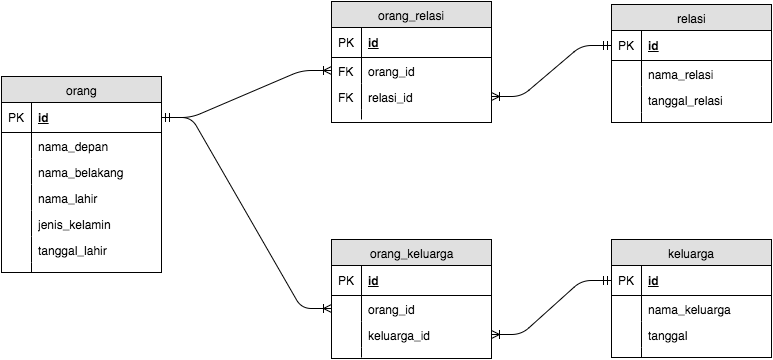
Above: family_schema.png in blanford-fox-2016/schema-family-tree (draw.io), before the change. Source tidied: cells renumbered, new cells last; positions are measured from the earlier drawing's top-left corner, leaving out a move shared by most shapes.
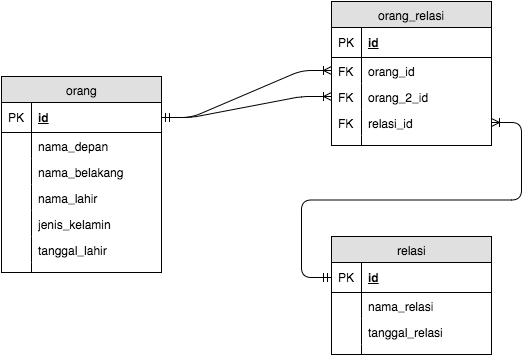
After the commit.

Commit message:
update family schema

Diff of the diagram source:
```diff
@@ -48,7 +48,7 @@
       <mxGeometry width="30" height="10" as="geometry" />
     </mxCell>
     <mxCell id="17" value="orang_relasi" style="swimlane;html=1;fontStyle=0;horizontal=1;startSize=26;fillColor=#e0e0e0;swimlaneFillColor=#ffffff;align=center;" parent="1" vertex="1">
-      <mxGeometry x="330" width="160" height="121" as="geometry" />
+      <mxGeometry x="330" width="160" height="144" as="geometry" />
     </mxCell>
     <mxCell id="18" value="id" style="shape=partialRectangle;top=0;left=0;right=0;bottom=1;html=1;align=left;verticalAlign=middle;fillColor=none;spacingLeft=34;spacingRight=4;whiteSpace=wrap;overflow=hidden;fontStyle=5;" parent="17" vertex="1">
       <mxGeometry y="26" width="160" height="30" as="geometry" />
@@ -62,56 +62,32 @@
     <mxCell id="21" value="FK" style="shape=partialRectangle;top=0;left=0;bottom=0;html=1;fillColor=none;align=left;verticalAlign=top;spacingLeft=4;spacingRight=4;whiteSpace=wrap;overflow=hidden;" parent="20" vertex="1">
       <mxGeometry width="30" height="26" as="geometry" />
     </mxCell>
+    <mxCell id="57" value="orang_2_id" style="shape=partialRectangle;top=0;left=0;right=0;bottom=0;html=1;align=left;verticalAlign=top;fillColor=none;spacingLeft=34;spacingRight=4;whiteSpace=wrap;overflow=hidden;points=[[0,0.5],[1,0.5]];portConstraint=eastwest;" parent="17" vertex="1">
+      <mxGeometry y="82" width="160" height="26" as="geometry" />
+    </mxCell>
+    <mxCell id="58" value="FK" style="shape=partialRectangle;top=0;left=0;bottom=0;html=1;fillColor=none;align=left;verticalAlign=top;spacingLeft=4;spacingRight=4;whiteSpace=wrap;overflow=hidden;" parent="57" vertex="1">
+      <mxGeometry width="30" height="26" as="geometry" />
+    </mxCell>
     <mxCell id="22" value="relasi_id" style="shape=partialRectangle;top=0;left=0;right=0;bottom=0;html=1;align=left;verticalAlign=top;fillColor=none;spacingLeft=34;spacingRight=4;whiteSpace=wrap;overflow=hidden;points=[[0,0.5],[1,0.5]];portConstraint=eastwest;" parent="17" vertex="1">
-      <mxGeometry y="82" width="160" height="26" as="geometry" />
+      <mxGeometry y="108" width="160" height="26" as="geometry" />
     </mxCell>
     <mxCell id="23" value="FK" style="shape=partialRectangle;top=0;left=0;bottom=0;html=1;fillColor=none;align=left;verticalAlign=top;spacingLeft=4;spacingRight=4;whiteSpace=wrap;overflow=hidden;" parent="22" vertex="1">
       <mxGeometry width="30" height="26" as="geometry" />
     </mxCell>
     <mxCell id="24" style="shape=partialRectangle;top=0;left=0;right=0;bottom=0;html=1;align=left;verticalAlign=top;fillColor=none;spacingLeft=34;spacingRight=4;whiteSpace=wrap;overflow=hidden;" parent="17" vertex="1">
-      <mxGeometry y="108" width="160" height="10" as="geometry" />
+      <mxGeometry y="134" width="160" height="10" as="geometry" />
     </mxCell>
     <mxCell id="25" style="shape=partialRectangle;top=0;left=0;bottom=0;html=1;fillColor=none;align=left;verticalAlign=top;spacingLeft=4;spacingRight=4;whiteSpace=wrap;overflow=hidden;" parent="24" vertex="1">
       <mxGeometry width="30" height="10" as="geometry" />
     </mxCell>
-    <mxCell id="26" value="orang_keluarga" style="swimlane;html=1;fontStyle=0;horizontal=1;startSize=26;fillColor=#e0e0e0;swimlaneFillColor=#ffffff;align=center;" parent="1" vertex="1">
-      <mxGeometry x="330" y="238" width="160" height="119" as="geometry" />
-    </mxCell>
-    <mxCell id="27" value="id" style="shape=partialRectangle;top=0;left=0;right=0;bottom=1;html=1;align=left;verticalAlign=middle;fillColor=none;spacingLeft=34;spacingRight=4;whiteSpace=wrap;overflow=hidden;fontStyle=5;" parent="26" vertex="1">
-      <mxGeometry y="26" width="160" height="30" as="geometry" />
-    </mxCell>
-    <mxCell id="28" value="PK" style="shape=partialRectangle;top=0;left=0;bottom=0;html=1;fillColor=none;align=left;verticalAlign=middle;spacingLeft=4;spacingRight=4;whiteSpace=wrap;overflow=hidden;" parent="27" vertex="1">
-      <mxGeometry width="30" height="30" as="geometry" />
-    </mxCell>
-    <mxCell id="29" value="orang_id" style="shape=partialRectangle;top=0;left=0;right=0;bottom=0;html=1;align=left;verticalAlign=top;fillColor=none;spacingLeft=34;spacingRight=4;whiteSpace=wrap;overflow=hidden;points=[[0,0.5],[1,0.5]];portConstraint=eastwest;" parent="26" vertex="1">
-      <mxGeometry y="56" width="160" height="26" as="geometry" />
-    </mxCell>
-    <mxCell id="30" style="shape=partialRectangle;top=0;left=0;bottom=0;html=1;fillColor=none;align=left;verticalAlign=top;spacingLeft=4;spacingRight=4;whiteSpace=wrap;overflow=hidden;" parent="29" vertex="1">
-      <mxGeometry width="30" height="26" as="geometry" />
-    </mxCell>
-    <mxCell id="31" value="keluarga_id" style="shape=partialRectangle;top=0;left=0;right=0;bottom=0;html=1;align=left;verticalAlign=top;fillColor=none;spacingLeft=34;spacingRight=4;whiteSpace=wrap;overflow=hidden;points=[[0,0.5],[1,0.5]];portConstraint=eastwest;" parent="26" vertex="1">
-      <mxGeometry y="82" width="160" height="26" as="geometry" />
-    </mxCell>
-    <mxCell id="32" style="shape=partialRectangle;top=0;left=0;bottom=0;html=1;fillColor=none;align=left;verticalAlign=top;spacingLeft=4;spacingRight=4;whiteSpace=wrap;overflow=hidden;" parent="31" vertex="1">
-      <mxGeometry width="30" height="26" as="geometry" />
-    </mxCell>
-    <mxCell id="33" style="shape=partialRectangle;top=0;left=0;right=0;bottom=0;html=1;align=left;verticalAlign=top;fillColor=none;spacingLeft=34;spacingRight=4;whiteSpace=wrap;overflow=hidden;" parent="26" vertex="1">
-      <mxGeometry y="108" width="160" height="10" as="geometry" />
-    </mxCell>
-    <mxCell id="34" style="shape=partialRectangle;top=0;left=0;bottom=0;html=1;fillColor=none;align=left;verticalAlign=top;spacingLeft=4;spacingRight=4;whiteSpace=wrap;overflow=hidden;" parent="33" vertex="1">
-      <mxGeometry width="30" height="10" as="geometry" />
-    </mxCell>
     <mxCell id="35" style="edgeStyle=entityRelationEdgeStyle;html=1;endArrow=ERoneToMany;startArrow=ERmandOne;exitX=1;exitY=0.5;entryX=0;entryY=0.5;" parent="1" edge="1" source="3" target="20">
       <mxGeometry relative="1" as="geometry" />
     </mxCell>
-    <mxCell id="36" style="edgeStyle=entityRelationEdgeStyle;html=1;endArrow=ERoneToMany;startArrow=ERmandOne;exitX=1;exitY=0.5;entryX=0;entryY=0.5;" parent="1" edge="1" source="3" target="29">
-      <mxGeometry relative="1" as="geometry" />
-    </mxCell>
     <mxCell id="37" style="edgeStyle=entityRelationEdgeStyle;html=1;endArrow=ERmandOne;startArrow=ERoneToMany;exitX=1;exitY=0.5;entryX=0;entryY=0.5;startFill=0;endFill=0;" parent="1" edge="1" source="22" target="39">
       <mxGeometry relative="1" as="geometry" />
     </mxCell>
     <mxCell id="38" value="relasi" style="swimlane;html=1;fontStyle=0;horizontal=1;startSize=26;fillColor=#e0e0e0;swimlaneFillColor=#ffffff;align=center;" parent="1" vertex="1">
-      <mxGeometry x="610" y="3" width="160" height="118" as="geometry" />
+      <mxGeometry x="330" y="235" width="160" height="118" as="geometry" />
     </mxCell>
     <mxCell id="39" value="id" style="shape=partialRectangle;top=0;left=0;right=0;bottom=1;html=1;align=left;verticalAlign=middle;fillColor=none;spacingLeft=34;spacingRight=4;whiteSpace=wrap;overflow=hidden;points=[[0,0.5],[1,0.5]];portConstraint=eastwest;fontStyle=5;" parent="38" vertex="1">
       <mxGeometry y="26" width="160" height="30" as="geometry" />
@@ -137,35 +113,8 @@
     <mxCell id="46" style="shape=partialRectangle;top=0;left=0;bottom=0;html=1;fillColor=none;align=left;verticalAlign=top;spacingLeft=4;spacingRight=4;whiteSpace=wrap;overflow=hidden;" parent="45" vertex="1">
       <mxGeometry width="30" height="10" as="geometry" />
     </mxCell>
-    <mxCell id="47" value="keluarga" style="swimlane;html=1;fontStyle=0;horizontal=1;startSize=26;fillColor=#e0e0e0;swimlaneFillColor=#ffffff;align=center;" parent="1" vertex="1">
-      <mxGeometry x="610" y="238" width="160" height="118" as="geometry" />
-    </mxCell>
-    <mxCell id="48" value="id" style="shape=partialRectangle;top=0;left=0;right=0;bottom=1;html=1;align=left;verticalAlign=middle;fillColor=none;spacingLeft=34;spacingRight=4;whiteSpace=wrap;overflow=hidden;points=[[0,0.5],[1,0.5]];portConstraint=eastwest;fontStyle=5;" parent="47" vertex="1">
-      <mxGeometry y="26" width="160" height="30" as="geometry" />
-    </mxCell>
-    <mxCell id="49" value="PK" style="shape=partialRectangle;top=0;left=0;bottom=0;html=1;fillColor=none;align=left;verticalAlign=middle;spacingLeft=4;spacingRight=4;whiteSpace=wrap;overflow=hidden;" parent="48" vertex="1">
-      <mxGeometry width="30" height="30" as="geometry" />
-    </mxCell>
-    <mxCell id="50" value="nama_keluarga" style="shape=partialRectangle;top=0;left=0;right=0;bottom=0;html=1;align=left;verticalAlign=top;fillColor=none;spacingLeft=34;spacingRight=4;whiteSpace=wrap;overflow=hidden;" parent="47" vertex="1">
-      <mxGeometry y="56" width="160" height="26" as="geometry" />
-    </mxCell>
-    <mxCell id="51" style="shape=partialRectangle;top=0;left=0;bottom=0;html=1;fillColor=none;align=left;verticalAlign=top;spacingLeft=4;spacingRight=4;whiteSpace=wrap;overflow=hidden;" parent="50" vertex="1">
-      <mxGeometry width="30" height="26" as="geometry" />
-    </mxCell>
-    <mxCell id="52" value="tanggal" style="shape=partialRectangle;top=0;left=0;right=0;bottom=0;html=1;align=left;verticalAlign=top;fillColor=none;spacingLeft=34;spacingRight=4;whiteSpace=wrap;overflow=hidden;" parent="47" vertex="1">
-      <mxGeometry y="82" width="160" height="26" as="geometry" />
-    </mxCell>
-    <mxCell id="53" style="shape=partialRectangle;top=0;left=0;bottom=0;html=1;fillColor=none;align=left;verticalAlign=top;spacingLeft=4;spacingRight=4;whiteSpace=wrap;overflow=hidden;" parent="52" vertex="1">
-      <mxGeometry width="30" height="26" as="geometry" />
-    </mxCell>
-    <mxCell id="54" style="shape=partialRectangle;top=0;left=0;right=0;bottom=0;html=1;align=left;verticalAlign=top;fillColor=none;spacingLeft=34;spacingRight=4;whiteSpace=wrap;overflow=hidden;" parent="47" vertex="1">
-      <mxGeometry y="108" width="160" height="10" as="geometry" />
-    </mxCell>
-    <mxCell id="55" style="shape=partialRectangle;top=0;left=0;bottom=0;html=1;fillColor=none;align=left;verticalAlign=top;spacingLeft=4;spacingRight=4;whiteSpace=wrap;overflow=hidden;" parent="54" vertex="1">
-      <mxGeometry width="30" height="10" as="geometry" />
-    </mxCell>
-    <mxCell id="56" style="edgeStyle=entityRelationEdgeStyle;html=1;endArrow=ERmandOne;startArrow=ERoneToMany;exitX=1;exitY=0.5;entryX=0;entryY=0.5;startFill=0;endFill=0;" parent="1" edge="1" source="31" target="48">
-      <mxGeometry x="590" y="285" as="geometry" />
-    </mxCell>
+    <mxCell id="59" style="edgeStyle=entityRelationEdgeStyle;html=1;endArrow=ERoneToMany;startArrow=ERmandOne;exitX=1;exitY=0.5;entryX=0;entryY=0.5;" parent="1" edge="1" source="3" target="57">
+      <mxGeometry x="260" y="168" as="geometry" />
+    </mxCell>
   </root>
 </mxGraphModel>
```
